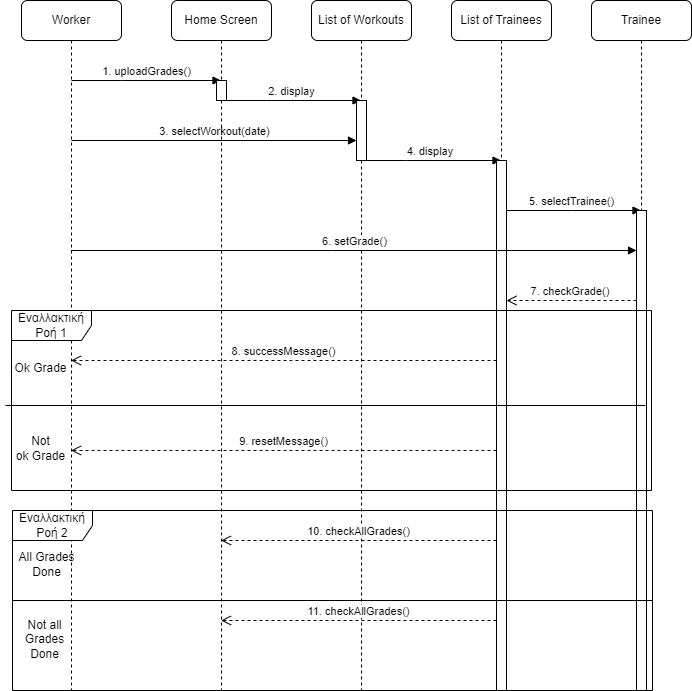
This is Sequence Diagrams/Images/sequence grades.drawio.png from DamiMikonos/Software-Engineering, a draw.io export, as it was before one commit. Source tidied: cells renumbered, new cells last; positions are measured from the earlier drawing's top-left corner, leaving out a move shared by most shapes. Source of this version:
```xml
<mxGraphModel>
  <root>
    <mxCell id="0" />
    <mxCell id="1" parent="0" />
    <mxCell id="2" value="1. uploadGrades()" style="html=1;verticalAlign=bottom;endArrow=block;edgeStyle=elbowEdgeStyle;elbow=vertical;curved=0;rounded=0;" parent="1" edge="1" target="8">
      <mxGeometry relative="1" as="geometry">
        <mxPoint x="71" y="80" as="sourcePoint" />
      </mxGeometry>
    </mxCell>
    <mxCell id="3" value="2. display" style="html=1;verticalAlign=bottom;endArrow=block;edgeStyle=elbowEdgeStyle;elbow=vertical;curved=0;rounded=0;" parent="1" edge="1" target="10">
      <mxGeometry relative="1" as="geometry">
        <mxPoint x="221" y="100" as="sourcePoint" />
      </mxGeometry>
    </mxCell>
    <mxCell id="4" value="3. selectWorkout(date)" style="html=1;verticalAlign=bottom;endArrow=block;edgeStyle=elbowEdgeStyle;elbow=vertical;curved=0;rounded=0;" parent="1" edge="1" target="11">
      <mxGeometry relative="1" as="geometry">
        <mxPoint x="71" y="140" as="sourcePoint" />
      </mxGeometry>
    </mxCell>
    <mxCell id="5" value="4. display&amp;nbsp;" style="html=1;verticalAlign=bottom;endArrow=block;edgeStyle=elbowEdgeStyle;elbow=vertical;curved=0;rounded=0;" parent="1" edge="1" target="12">
      <mxGeometry relative="1" as="geometry">
        <mxPoint x="361" y="160" as="sourcePoint" />
      </mxGeometry>
    </mxCell>
    <mxCell id="6" value="5. selectTrainee()" style="html=1;verticalAlign=bottom;endArrow=block;edgeStyle=elbowEdgeStyle;elbow=vertical;curved=0;rounded=0;" parent="1" edge="1" source="12" target="14">
      <mxGeometry relative="1" as="geometry">
        <Array as="points">
          <mxPoint x="571" y="210" />
          <mxPoint x="591" y="190" />
          <mxPoint x="591" y="190" />
        </Array>
      </mxGeometry>
    </mxCell>
    <mxCell id="7" value="Worker" style="shape=umlLifeline;perimeter=lifelinePerimeter;whiteSpace=wrap;html=1;outlineConnect=0;portConstraint=eastwest;newEdgeStyle={&quot;edgeStyle&quot;:&quot;elbowEdgeStyle&quot;,&quot;elbow&quot;:&quot;vertical&quot;,&quot;curved&quot;:0,&quot;rounded&quot;:0};rounded=1;" parent="1" vertex="1">
      <mxGeometry x="21" width="100" height="690" as="geometry" />
    </mxCell>
    <mxCell id="8" value="Home Screen" style="shape=umlLifeline;perimeter=lifelinePerimeter;whiteSpace=wrap;html=1;outlineConnect=0;portConstraint=eastwest;newEdgeStyle={&quot;edgeStyle&quot;:&quot;elbowEdgeStyle&quot;,&quot;elbow&quot;:&quot;vertical&quot;,&quot;curved&quot;:0,&quot;rounded&quot;:0};rounded=1;" parent="1" vertex="1">
      <mxGeometry x="171" width="100" height="690" as="geometry" />
    </mxCell>
    <mxCell id="9" style="html=1;perimeter=orthogonalPerimeter;targetShapes=umlLifeline;newEdgeStyle={&quot;edgeStyle&quot;:&quot;elbowEdgeStyle&quot;,&quot;elbow&quot;:&quot;vertical&quot;,&quot;curved&quot;:0,&quot;rounded&quot;:0};" parent="8" vertex="1">
      <mxGeometry x="45" y="80" width="10" height="20" as="geometry" />
    </mxCell>
    <mxCell id="10" value="List of Workouts" style="shape=umlLifeline;perimeter=lifelinePerimeter;whiteSpace=wrap;html=1;outlineConnect=0;portConstraint=eastwest;newEdgeStyle={&quot;edgeStyle&quot;:&quot;elbowEdgeStyle&quot;,&quot;elbow&quot;:&quot;vertical&quot;,&quot;curved&quot;:0,&quot;rounded&quot;:0};rounded=1;" parent="1" vertex="1">
      <mxGeometry x="311" width="100" height="690" as="geometry" />
    </mxCell>
    <mxCell id="11" style="html=1;points=[];perimeter=orthogonalPerimeter;outlineConnect=0;targetShapes=umlLifeline;portConstraint=eastwest;newEdgeStyle={&quot;edgeStyle&quot;:&quot;elbowEdgeStyle&quot;,&quot;elbow&quot;:&quot;vertical&quot;,&quot;curved&quot;:0,&quot;rounded&quot;:0};" parent="10" vertex="1">
      <mxGeometry x="45" y="100" width="10" height="60" as="geometry" />
    </mxCell>
    <mxCell id="12" value="List of Trainees" style="shape=umlLifeline;perimeter=lifelinePerimeter;whiteSpace=wrap;html=1;outlineConnect=0;portConstraint=eastwest;newEdgeStyle={&quot;edgeStyle&quot;:&quot;elbowEdgeStyle&quot;,&quot;elbow&quot;:&quot;vertical&quot;,&quot;curved&quot;:0,&quot;rounded&quot;:0};rounded=1;" parent="1" vertex="1">
      <mxGeometry x="451" width="100" height="690" as="geometry" />
    </mxCell>
    <mxCell id="13" style="html=1;points=[];perimeter=orthogonalPerimeter;outlineConnect=0;targetShapes=umlLifeline;portConstraint=eastwest;newEdgeStyle={&quot;edgeStyle&quot;:&quot;elbowEdgeStyle&quot;,&quot;elbow&quot;:&quot;vertical&quot;,&quot;curved&quot;:0,&quot;rounded&quot;:0};" parent="12" vertex="1">
      <mxGeometry x="45" y="160" width="10" height="530" as="geometry" />
    </mxCell>
    <mxCell id="14" value="Trainee" style="shape=umlLifeline;perimeter=lifelinePerimeter;whiteSpace=wrap;html=1;outlineConnect=0;portConstraint=eastwest;newEdgeStyle={&quot;edgeStyle&quot;:&quot;elbowEdgeStyle&quot;,&quot;elbow&quot;:&quot;vertical&quot;,&quot;curved&quot;:0,&quot;rounded&quot;:0};rounded=1;" parent="1" vertex="1">
      <mxGeometry x="591" width="100" height="690" as="geometry" />
    </mxCell>
    <mxCell id="15" style="html=1;points=[];perimeter=orthogonalPerimeter;outlineConnect=0;targetShapes=umlLifeline;portConstraint=eastwest;newEdgeStyle={&quot;edgeStyle&quot;:&quot;elbowEdgeStyle&quot;,&quot;elbow&quot;:&quot;vertical&quot;,&quot;curved&quot;:0,&quot;rounded&quot;:0};" parent="14" vertex="1">
      <mxGeometry x="45" y="210" width="10" height="480" as="geometry" />
    </mxCell>
    <mxCell id="16" value="6. setGrade()" style="html=1;verticalAlign=bottom;endArrow=block;edgeStyle=elbowEdgeStyle;elbow=vertical;curved=0;rounded=0;" parent="1" edge="1" source="7" target="15">
      <mxGeometry relative="1" as="geometry">
        <Array as="points">
          <mxPoint x="331" y="250" />
        </Array>
      </mxGeometry>
    </mxCell>
    <mxCell id="17" value="Εναλλακτική Ροή 1" style="shape=umlFrame;whiteSpace=wrap;html=1;width=80;height=30;" parent="1" vertex="1">
      <mxGeometry x="11" y="310" width="640" height="180" as="geometry" />
    </mxCell>
    <mxCell id="18" value="7. checkGrade()&amp;nbsp;" style="html=1;verticalAlign=bottom;endArrow=open;dashed=1;endSize=8;edgeStyle=elbowEdgeStyle;elbow=vertical;curved=0;rounded=0;" parent="1" edge="1" source="15" target="13">
      <mxGeometry relative="1" as="geometry">
        <Array as="points">
          <mxPoint x="581" y="300" />
          <mxPoint x="461" y="320" />
        </Array>
      </mxGeometry>
    </mxCell>
    <mxCell id="19" value="Ok Grade" style="text;html=1;align=center;verticalAlign=middle;strokeColor=none;fillColor=none;" parent="1" vertex="1">
      <mxGeometry y="353" width="80" height="30" as="geometry" />
    </mxCell>
    <mxCell id="20" style="line;strokeWidth=1;fillColor=none;align=left;verticalAlign=middle;spacingTop=-1;spacingLeft=3;spacingRight=3;labelPosition=right;strokeColor=inherit;" parent="1" vertex="1">
      <mxGeometry x="5" y="401" width="640" height="8" as="geometry" />
    </mxCell>
    <mxCell id="21" value="8. successMessage()" style="html=1;verticalAlign=bottom;endArrow=open;dashed=1;endSize=8;edgeStyle=elbowEdgeStyle;elbow=vertical;curved=0;rounded=0;" parent="1" edge="1" source="13" target="7">
      <mxGeometry relative="1" as="geometry">
        <Array as="points">
          <mxPoint x="291" y="360" />
        </Array>
      </mxGeometry>
    </mxCell>
    <mxCell id="22" value="Not&lt;br&gt;ok Grade" style="text;html=1;align=center;verticalAlign=middle;strokeColor=none;fillColor=none;" parent="1" vertex="1">
      <mxGeometry x="5" y="428" width="70" height="40" as="geometry" />
    </mxCell>
    <mxCell id="23" value="9. resetMessage()" style="html=1;verticalAlign=bottom;endArrow=open;dashed=1;endSize=8;edgeStyle=elbowEdgeStyle;elbow=vertical;curved=0;rounded=0;" parent="1" edge="1" source="13" target="7">
      <mxGeometry relative="1" as="geometry">
        <Array as="points">
          <mxPoint x="301" y="450" />
        </Array>
      </mxGeometry>
    </mxCell>
    <mxCell id="24" value="10. checkAllGrades()" style="html=1;verticalAlign=bottom;endArrow=open;dashed=1;endSize=8;edgeStyle=elbowEdgeStyle;elbow=vertical;curved=0;rounded=0;" parent="1" edge="1" source="13" target="8">
      <mxGeometry relative="1" as="geometry">
        <Array as="points">
          <mxPoint x="371" y="540" />
        </Array>
      </mxGeometry>
    </mxCell>
    <mxCell id="25" value="Εναλλακτική Ροή 2" style="shape=umlFrame;whiteSpace=wrap;html=1;width=80;height=30;" parent="1" vertex="1">
      <mxGeometry x="12" y="510" width="640" height="180" as="geometry" />
    </mxCell>
    <mxCell id="26" style="line;strokeWidth=1;fillColor=none;align=left;verticalAlign=middle;spacingTop=-1;spacingLeft=3;spacingRight=3;labelPosition=right;strokeColor=inherit;" parent="1" vertex="1">
      <mxGeometry x="12" y="596" width="640" height="8" as="geometry" />
    </mxCell>
    <mxCell id="27" value="All Grades&lt;br&gt;Done" style="text;html=1;align=center;verticalAlign=middle;strokeColor=none;fillColor=none;" parent="1" vertex="1">
      <mxGeometry x="6" y="544" width="80" height="40" as="geometry" />
    </mxCell>
    <mxCell id="28" value="Not all &lt;br&gt;Grades&lt;br&gt;Done" style="text;html=1;align=center;verticalAlign=middle;strokeColor=none;fillColor=none;" parent="1" vertex="1">
      <mxGeometry x="14" y="609" width="60" height="60" as="geometry" />
    </mxCell>
    <mxCell id="29" value="11. checkAllGrades()" style="html=1;verticalAlign=bottom;endArrow=open;dashed=1;endSize=8;edgeStyle=elbowEdgeStyle;elbow=vertical;curved=0;rounded=0;" parent="1" edge="1" source="13" target="8">
      <mxGeometry relative="1" as="geometry">
        <Array as="points">
          <mxPoint x="401" y="620" />
          <mxPoint x="421" y="640" />
          <mxPoint x="371" y="540" />
        </Array>
      </mxGeometry>
    </mxCell>
  </root>
</mxGraphModel>
```
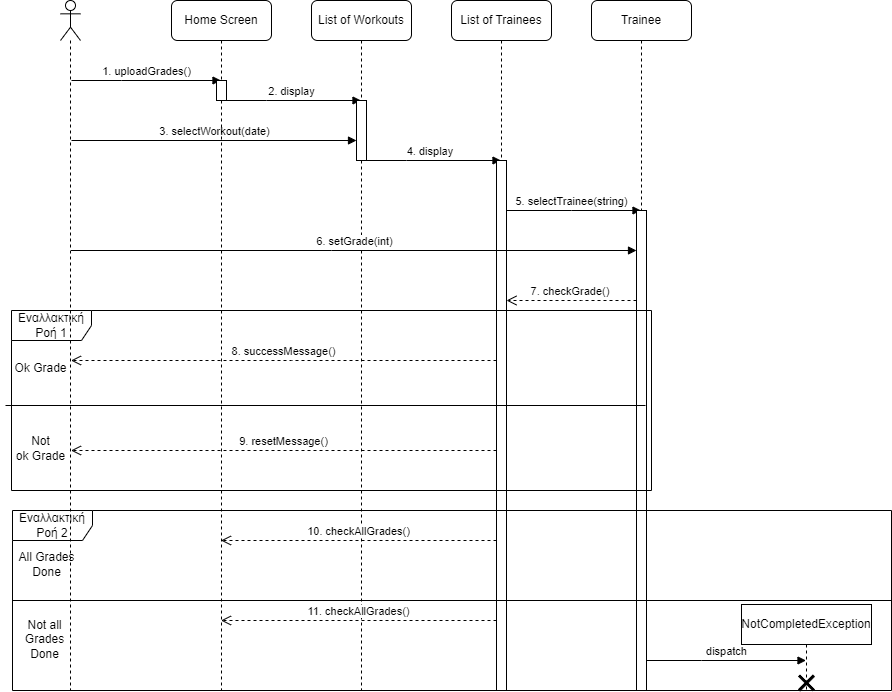
After the commit.

Change to the diagram source:
```diff
@@ -22,7 +22,7 @@
         <mxPoint x="361" y="160" as="sourcePoint" />
       </mxGeometry>
     </mxCell>
-    <mxCell id="6" value="5. selectTrainee()" style="html=1;verticalAlign=bottom;endArrow=block;edgeStyle=elbowEdgeStyle;elbow=vertical;curved=0;rounded=0;" parent="1" edge="1" source="12" target="14">
+    <mxCell id="6" value="5. selectTrainee(string)" style="html=1;verticalAlign=bottom;endArrow=block;edgeStyle=elbowEdgeStyle;elbow=vertical;curved=0;rounded=0;" parent="1" edge="1" source="12" target="14">
       <mxGeometry relative="1" as="geometry">
         <Array as="points">
           <mxPoint x="571" y="210" />
@@ -31,9 +31,6 @@
         </Array>
       </mxGeometry>
     </mxCell>
-    <mxCell id="7" value="Worker" style="shape=umlLifeline;perimeter=lifelinePerimeter;whiteSpace=wrap;html=1;outlineConnect=0;portConstraint=eastwest;newEdgeStyle={&quot;edgeStyle&quot;:&quot;elbowEdgeStyle&quot;,&quot;elbow&quot;:&quot;vertical&quot;,&quot;curved&quot;:0,&quot;rounded&quot;:0};rounded=1;" parent="1" vertex="1">
-      <mxGeometry x="21" width="100" height="690" as="geometry" />
-    </mxCell>
     <mxCell id="8" value="Home Screen" style="shape=umlLifeline;perimeter=lifelinePerimeter;whiteSpace=wrap;html=1;outlineConnect=0;portConstraint=eastwest;newEdgeStyle={&quot;edgeStyle&quot;:&quot;elbowEdgeStyle&quot;,&quot;elbow&quot;:&quot;vertical&quot;,&quot;curved&quot;:0,&quot;rounded&quot;:0};rounded=1;" parent="1" vertex="1">
       <mxGeometry x="171" width="100" height="690" as="geometry" />
     </mxCell>
@@ -58,8 +55,9 @@
     <mxCell id="15" style="html=1;points=[];perimeter=orthogonalPerimeter;outlineConnect=0;targetShapes=umlLifeline;portConstraint=eastwest;newEdgeStyle={&quot;edgeStyle&quot;:&quot;elbowEdgeStyle&quot;,&quot;elbow&quot;:&quot;vertical&quot;,&quot;curved&quot;:0,&quot;rounded&quot;:0};" parent="14" vertex="1">
       <mxGeometry x="45" y="210" width="10" height="480" as="geometry" />
     </mxCell>
-    <mxCell id="16" value="6. setGrade()" style="html=1;verticalAlign=bottom;endArrow=block;edgeStyle=elbowEdgeStyle;elbow=vertical;curved=0;rounded=0;" parent="1" edge="1" source="7" target="15">
+    <mxCell id="16" value="6. setGrade(int)" style="html=1;verticalAlign=bottom;endArrow=block;edgeStyle=elbowEdgeStyle;elbow=vertical;curved=0;rounded=0;" parent="1" edge="1" target="15">
       <mxGeometry relative="1" as="geometry">
+        <mxPoint x="70.5" y="250" as="sourcePoint" />
         <Array as="points">
           <mxPoint x="331" y="250" />
         </Array>
@@ -82,8 +80,9 @@
     <mxCell id="20" style="line;strokeWidth=1;fillColor=none;align=left;verticalAlign=middle;spacingTop=-1;spacingLeft=3;spacingRight=3;labelPosition=right;strokeColor=inherit;" parent="1" vertex="1">
       <mxGeometry x="5" y="401" width="640" height="8" as="geometry" />
     </mxCell>
-    <mxCell id="21" value="8. successMessage()" style="html=1;verticalAlign=bottom;endArrow=open;dashed=1;endSize=8;edgeStyle=elbowEdgeStyle;elbow=vertical;curved=0;rounded=0;" parent="1" edge="1" source="13" target="7">
+    <mxCell id="21" value="8. successMessage()" style="html=1;verticalAlign=bottom;endArrow=open;dashed=1;endSize=8;edgeStyle=elbowEdgeStyle;elbow=vertical;curved=0;rounded=0;" parent="1" edge="1" source="13">
       <mxGeometry relative="1" as="geometry">
+        <mxPoint x="70.5" y="360" as="targetPoint" />
         <Array as="points">
           <mxPoint x="291" y="360" />
         </Array>
@@ -92,8 +91,9 @@
     <mxCell id="22" value="Not&lt;br&gt;ok Grade" style="text;html=1;align=center;verticalAlign=middle;strokeColor=none;fillColor=none;" parent="1" vertex="1">
       <mxGeometry x="5" y="428" width="70" height="40" as="geometry" />
     </mxCell>
-    <mxCell id="23" value="9. resetMessage()" style="html=1;verticalAlign=bottom;endArrow=open;dashed=1;endSize=8;edgeStyle=elbowEdgeStyle;elbow=vertical;curved=0;rounded=0;" parent="1" edge="1" source="13" target="7">
+    <mxCell id="23" value="9. resetMessage()" style="html=1;verticalAlign=bottom;endArrow=open;dashed=1;endSize=8;edgeStyle=elbowEdgeStyle;elbow=vertical;curved=0;rounded=0;" parent="1" edge="1" source="13">
       <mxGeometry relative="1" as="geometry">
+        <mxPoint x="70.5" y="450" as="targetPoint" />
         <Array as="points">
           <mxPoint x="301" y="450" />
         </Array>
@@ -107,10 +107,10 @@
       </mxGeometry>
     </mxCell>
     <mxCell id="25" value="Εναλλακτική Ροή 2" style="shape=umlFrame;whiteSpace=wrap;html=1;width=80;height=30;" parent="1" vertex="1">
-      <mxGeometry x="12" y="510" width="640" height="180" as="geometry" />
+      <mxGeometry x="12" y="510" width="879" height="180" as="geometry" />
     </mxCell>
     <mxCell id="26" style="line;strokeWidth=1;fillColor=none;align=left;verticalAlign=middle;spacingTop=-1;spacingLeft=3;spacingRight=3;labelPosition=right;strokeColor=inherit;" parent="1" vertex="1">
-      <mxGeometry x="12" y="596" width="640" height="8" as="geometry" />
+      <mxGeometry x="12" y="596" width="879" height="8" as="geometry" />
     </mxCell>
     <mxCell id="27" value="All Grades&lt;br&gt;Done" style="text;html=1;align=center;verticalAlign=middle;strokeColor=none;fillColor=none;" parent="1" vertex="1">
       <mxGeometry x="6" y="544" width="80" height="40" as="geometry" />
@@ -127,5 +127,21 @@
         </Array>
       </mxGeometry>
     </mxCell>
+    <mxCell id="30" value="dispatch" style="html=1;verticalAlign=bottom;endArrow=block;edgeStyle=elbowEdgeStyle;elbow=vertical;curved=0;rounded=0;" parent="1" edge="1" source="15" target="31">
+      <mxGeometry relative="1" as="geometry">
+        <Array as="points">
+          <mxPoint x="701" y="660" />
+        </Array>
+      </mxGeometry>
+    </mxCell>
+    <mxCell id="31" value="NotCompletedException" style="shape=umlLifeline;perimeter=lifelinePerimeter;whiteSpace=wrap;html=1;outlineConnect=0;portConstraint=eastwest;newEdgeStyle={&quot;edgeStyle&quot;:&quot;elbowEdgeStyle&quot;,&quot;elbow&quot;:&quot;vertical&quot;,&quot;curved&quot;:0,&quot;rounded&quot;:0};" parent="1" vertex="1">
+      <mxGeometry x="741" y="604" width="130" height="86" as="geometry" />
+    </mxCell>
+    <mxCell id="32" style="shape=umlDestroy;whiteSpace=wrap;html=1;strokeWidth=3;targetShapes=umlLifeline;" parent="31" vertex="1">
+      <mxGeometry x="57.5" y="71" width="15" height="15" as="geometry" />
+    </mxCell>
+    <mxCell id="33" style="shape=umlLifeline;perimeter=lifelinePerimeter;whiteSpace=wrap;html=1;newEdgeStyle={&quot;edgeStyle&quot;:&quot;elbowEdgeStyle&quot;,&quot;elbow&quot;:&quot;vertical&quot;,&quot;curved&quot;:0,&quot;rounded&quot;:0};participant=umlActor;" parent="1" vertex="1">
+      <mxGeometry x="60" width="20" height="690" as="geometry" />
+    </mxCell>
   </root>
 </mxGraphModel>
```
